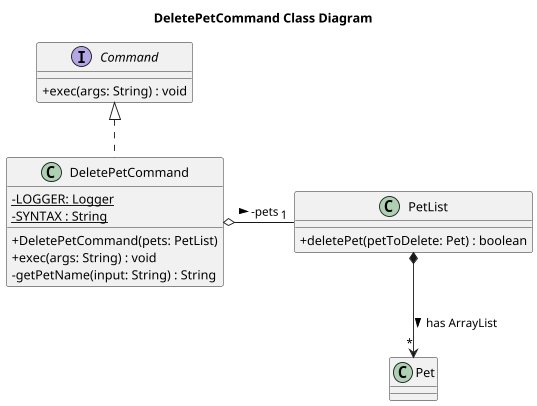
Earlier version of the PlantUML export docs/diagrams/DeletePetCommand_Class_Diagram.png (Kevin88866/tp).
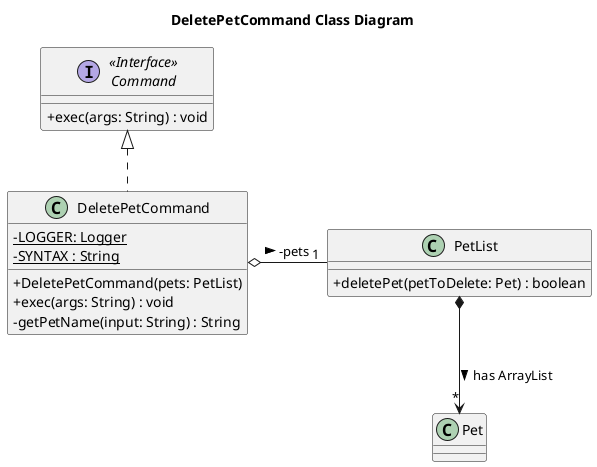
After the commit.

Commit message:
Update the UML Diagrams

What changed in the source:
```diff
@@ -2,7 +2,7 @@
 skinparam classAttributeIconSize 0
 title DeletePetCommand Class Diagram
 
-interface Command {
+interface "<<Interface>>\nCommand" as Command {
     + exec(args: String) : void
 }
 
```
